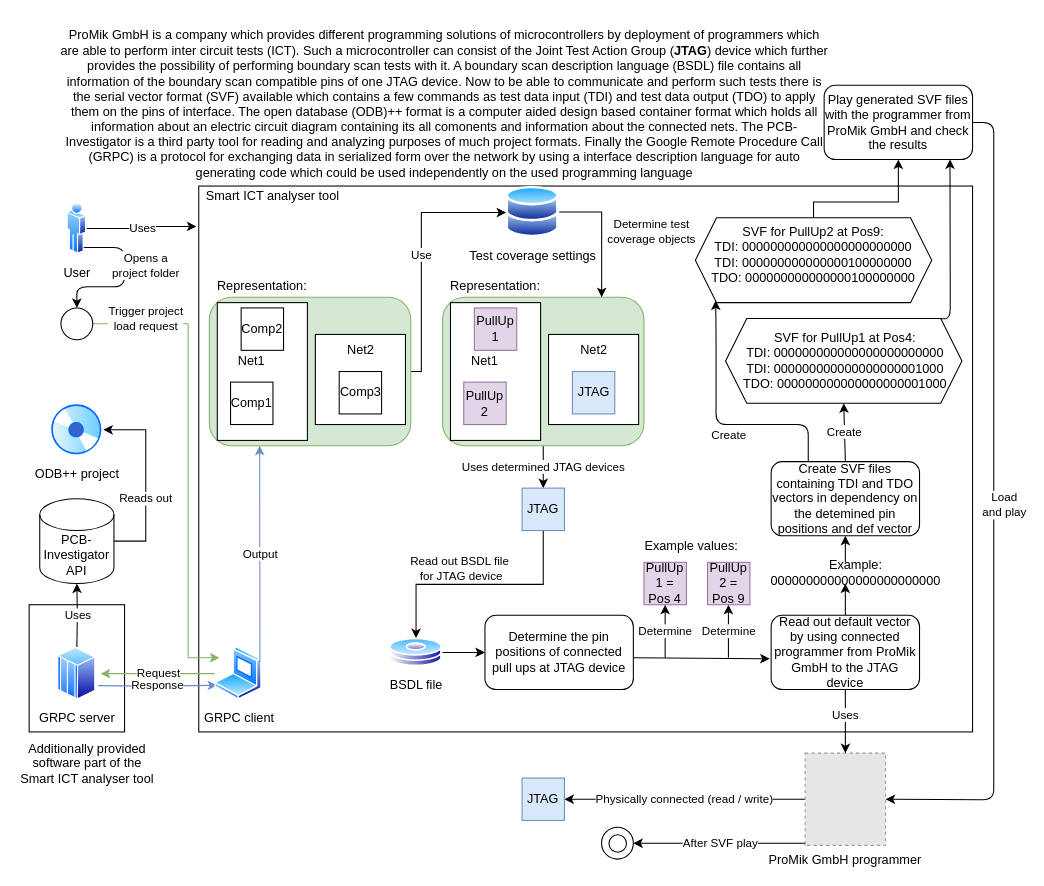
Before: Master Thesis/drawios/poster.drawio in Razvanmatis/SmartIctAnalyzer, a draw.io diagram. Source tidied: cells renumbered, new cells numbered last; positions are measured from the earlier drawing's top-left corner, leaving out a move shared by most shapes. Both pictures are drawn from the tidied source at 106%, with x=0, y=0 at pixel (18, 37). Pictures stored in the file or linked from it are replaced by grey dashed boxes.
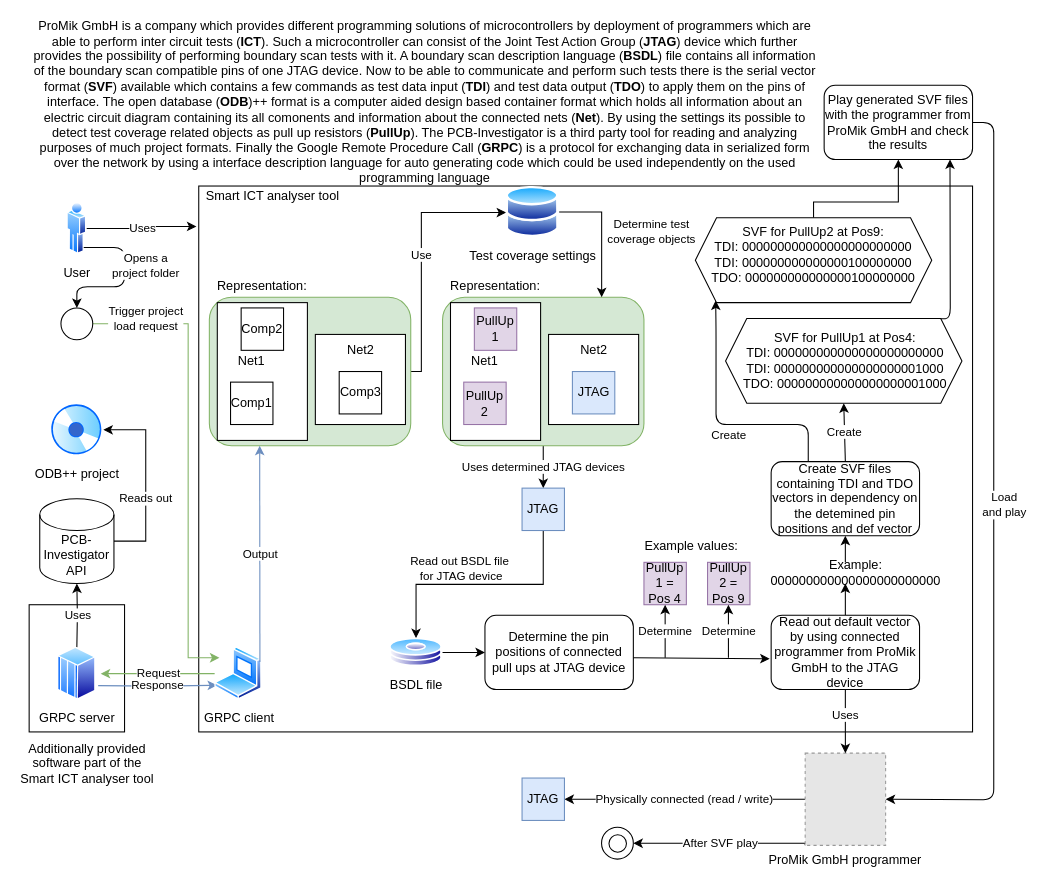
The same diagram, later.

What changed in the source:
```diff
@@
-    <mxCell id="68" value="ProMik GmbH is a company which provides different programming solutions of microcontrollers by deployment of programmers which are able to perform inter circuit tests (ICT). Such a microcontroller can consist of the&amp;nbsp;&lt;span class=&quot;ILfuVd&quot;&gt;Joint Test Action Group (&lt;b&gt;JTAG&lt;/b&gt;) device which further provides the possibility of performing boundary scan tests with it. A boundary scan description language (BSDL) file contains all information of the boundary scan compatible pins of one JTAG device. Now to be able to communicate and perform such tests there is the serial vector format (SVF) available which contains a few commands as test data input (TDI) and test data output (TDO) to apply them on the pins of interface. The open database (ODB)++ format is a computer aided design based container format which holds all information about an electric circuit diagram containing its all comonents and information about the connected nets. The PCB-Investigator is a third party tool for reading and analyzing purposes of much project formats. Finally the Google&amp;nbsp;&lt;/span&gt;&lt;span class=&quot;aCOpRe&quot;&gt;Remote Procedure Call (GRPC) is a protocol for exchanging data in serialized form over the network by using a interface description language for auto generating code which could be used independently on the used programming language&lt;/span&gt;&lt;br&gt;&amp;nbsp;" style="text;html=1;strokeColor=none;fillColor=none;align=center;verticalAlign=middle;whiteSpace=wrap;rounded=0;" parent="1" vertex="1">
-      <mxGeometry x="37" width="730" height="140" as="geometry" />
+    <mxCell id="68" value="ProMik GmbH is a company which provides different programming solutions of microcontrollers by deployment of programmers which are able to perform inter circuit tests (&lt;b&gt;ICT&lt;/b&gt;). Such a microcontroller can consist of the&amp;nbsp;&lt;span class=&quot;ILfuVd&quot;&gt;Joint Test Action Group (&lt;b&gt;JTAG&lt;/b&gt;) device which further provides the possibility of performing boundary scan tests with it. A boundary scan description language (&lt;b&gt;BSDL&lt;/b&gt;) file contains all information of the boundary scan compatible pins of one JTAG device. Now to be able to communicate and perform such tests there is the serial vector format (&lt;b&gt;SVF&lt;/b&gt;) available which contains a few commands as test data input (&lt;b&gt;TDI&lt;/b&gt;) and test data output (&lt;b&gt;TDO&lt;/b&gt;) to apply them on the pins of interface. The open database (&lt;b&gt;ODB&lt;/b&gt;)++ format is a computer aided design based container format which holds all information about an electric circuit diagram containing its all comonents and information about the connected nets (&lt;b&gt;Net&lt;/b&gt;). By using the settings its possible to detect test coverage related objects as pull up resistors (&lt;b&gt;PullUp&lt;/b&gt;). The PCB-Investigator is a third party tool for reading and analyzing purposes of much project formats. Finally the Google&amp;nbsp;&lt;/span&gt;&lt;span class=&quot;aCOpRe&quot;&gt;Remote Procedure Call (&lt;b&gt;GRPC&lt;/b&gt;) is a protocol for exchanging data in serialized form over the network by using a interface description language for auto generating code which could be used independently on the used programming language&lt;/span&gt;&lt;br&gt;&amp;nbsp;" style="text;html=1;strokeColor=none;fillColor=none;align=center;verticalAlign=middle;whiteSpace=wrap;rounded=0;" parent="1" vertex="1">
+      <mxGeometry x="10" y="-2" width="746.5" height="140" as="geometry" />
     </mxCell>
```
